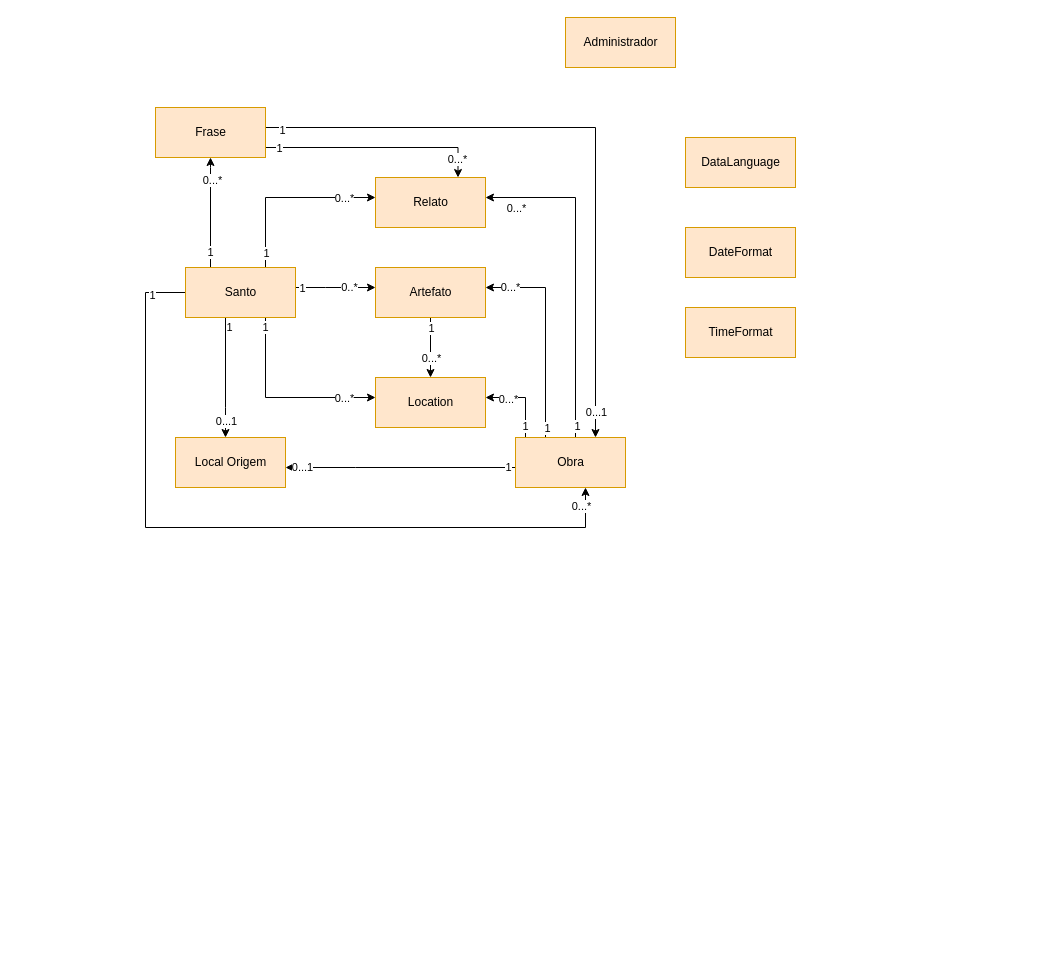
Before: page "Conceptual Model" (1 of 2) of Documentation/Untitled Diagram.drawio in the-catholics/Saints-API, a draw.io diagram. Source tidied: cells renumbered, new cells numbered last; positions are measured from the earlier drawing's top-left corner, leaving out a move shared by most shapes. Both pictures are drawn from the tidied source at 100%, with x=0, y=0 at pixel (145, 17).
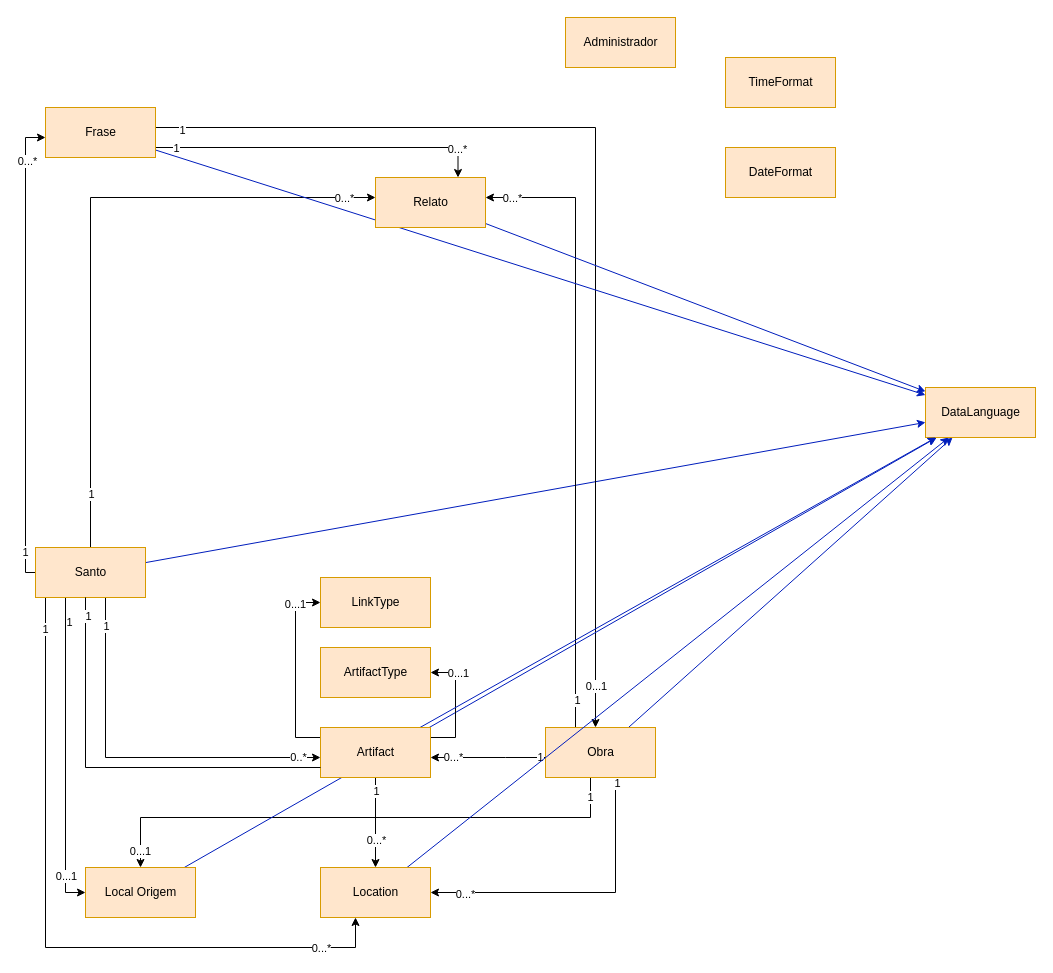
The same diagram, later.

Unchanged cells that the change refers to:
```xml
<mxCell id="27" style="edgeStyle=orthogonalEdgeStyle;rounded=0;jettySize=auto;html=1;" parent="1" edge="1" source="33" target="44">
  <mxGeometry relative="1" as="geometry">
    <Array as="points">
      <mxPoint x="430" y="180" />
    </Array>
  </mxGeometry>
</mxCell>
<mxCell id="44" value="Relato" style="html=1;fillColor=#ffe6cc;strokeColor=#d79b00;" parent="1" vertex="1">
  <mxGeometry x="230" y="160" width="110" height="50" as="geometry" />
</mxCell>
```

Diff of the diagram source:
```diff
@@
-    <mxCell id="2" style="edgeStyle=orthogonalEdgeStyle;rounded=0;jettySize=auto;html=1;" parent="1" edge="1" source="20" target="33">
-      <mxGeometry relative="1" as="geometry">
-        <Array as="points">
-          <mxPoint y="275" />
-          <mxPoint y="510" />
-          <mxPoint x="440" y="510" />
-        </Array>
-      </mxGeometry>
-    </mxCell>
-    <mxCell id="3" value="0...*" style="edgeLabel;html=1;align=center;verticalAlign=middle;" parent="2" vertex="1">
-      <mxGeometry x="0.86" y="2" relative="1" as="geometry">
-        <mxPoint x="8" y="-20" as="offset" />
-      </mxGeometry>
-    </mxCell>
-    <mxCell id="4" value="1" style="edgeLabel;html=1;align=center;verticalAlign=middle;" parent="2" vertex="1">
-      <mxGeometry x="-0.91" y="2" relative="1" as="geometry" />
-    </mxCell>
     <mxCell id="5" style="edgeStyle=orthogonalEdgeStyle;rounded=0;jettySize=auto;html=1;" parent="1" edge="1" source="20" target="40">
       <mxGeometry relative="1" as="geometry">
         <Array as="points">
-          <mxPoint x="65" y="150" />
-          <mxPoint x="65" y="150" />
+          <mxPoint x="-120" y="555" />
+          <mxPoint x="-120" y="120" />
         </Array>
       </mxGeometry>
     </mxCell>
@@
     <mxCell id="8" style="edgeStyle=orthogonalEdgeStyle;rounded=0;jettySize=auto;html=1;" parent="1" edge="1" source="20" target="42">
       <mxGeometry relative="1" as="geometry">
         <Array as="points">
-          <mxPoint x="80" y="390" />
-          <mxPoint x="80" y="390" />
+          <mxPoint x="-80" y="875" />
         </Array>
       </mxGeometry>
     </mxCell>
@@
     <mxCell id="10" value="0...1" style="edgeLabel;html=1;align=center;verticalAlign=middle;" parent="8" vertex="1">
-      <mxGeometry x="0.72" relative="1" as="geometry" />
+      <mxGeometry x="0.72" relative="1" as="geometry">
+        <mxPoint y="7" as="offset" />
+      </mxGeometry>
     </mxCell>
     <mxCell id="11" style="edgeStyle=orthogonalEdgeStyle;rounded=0;jettySize=auto;html=1;" parent="1" edge="1" source="20" target="43">
       <mxGeometry relative="1" as="geometry">
         <Array as="points">
-          <mxPoint x="120" y="380" />
+          <mxPoint x="-100" y="930" />
+          <mxPoint x="210" y="930" />
         </Array>
       </mxGeometry>
     </mxCell>
@@
     <mxCell id="14" style="edgeStyle=orthogonalEdgeStyle;rounded=0;jettySize=auto;html=1;" parent="1" edge="1" source="20" target="44">
       <mxGeometry relative="1" as="geometry">
         <Array as="points">
-          <mxPoint x="120" y="180" />
+          <mxPoint x="-55" y="180" />
         </Array>
       </mxGeometry>
     </mxCell>
@@
     <mxCell id="16" value="0...*" style="edgeLabel;html=1;align=center;verticalAlign=middle;" parent="14" vertex="1">
       <mxGeometry x="0.84" relative="1" as="geometry">
-        <mxPoint x="-18" as="offset" />
+        <mxPoint x="19" as="offset" />
       </mxGeometry>
     </mxCell>
     <mxCell id="17" style="edgeStyle=orthogonalEdgeStyle;rounded=0;jettySize=auto;html=1;" parent="1" edge="1" source="20" target="48">
       <mxGeometry relative="1" as="geometry">
         <Array as="points">
-          <mxPoint x="180" y="270" />
-          <mxPoint x="180" y="270" />
+          <mxPoint x="-40" y="740" />
         </Array>
       </mxGeometry>
     </mxCell>
@@
     <mxCell id="19" value="0..*" style="edgeLabel;html=1;align=center;verticalAlign=middle;" parent="17" vertex="1">
       <mxGeometry x="0.79" y="1" relative="1" as="geometry">
-        <mxPoint x="-19" as="offset" />
+        <mxPoint x="16" as="offset" />
       </mxGeometry>
     </mxCell>
+    <mxCell id="52" style="rounded=0;jettySize=auto;html=1;fillColor=#0050ef;strokeColor=#001DBC;" parent="1" edge="1" source="20" target="51">
+      <mxGeometry relative="1" as="geometry" />
+    </mxCell>
     <mxCell id="20" value="Santo" style="html=1;fillColor=#ffe6cc;strokeColor=#d79b00;" parent="1" vertex="1">
-      <mxGeometry x="40" y="250" width="110" height="50" as="geometry" />
+      <mxGeometry x="-110" y="530" width="110" height="50" as="geometry" />
     </mxCell>
     <mxCell id="21" style="edgeStyle=orthogonalEdgeStyle;rounded=0;jettySize=auto;html=1;" parent="1" edge="1" source="33" target="42">
       <mxGeometry relative="1" as="geometry">
         <Array as="points">
-          <mxPoint x="210" y="450" />
-          <mxPoint x="210" y="450" />
+          <mxPoint x="445" y="800" />
+          <mxPoint x="-5" y="800" />
         </Array>
       </mxGeometry>
     </mxCell>
@@
     <mxCell id="23" value="0...1" style="edgeLabel;html=1;align=center;verticalAlign=middle;" parent="21" vertex="1">
-      <mxGeometry x="0.86" y="-1" relative="1" as="geometry" />
+      <mxGeometry x="0.86" y="-1" relative="1" as="geometry">
+        <mxPoint y="21" as="offset" />
+      </mxGeometry>
     </mxCell>
     <mxCell id="24" style="edgeStyle=orthogonalEdgeStyle;rounded=0;jettySize=auto;html=1;" parent="1" edge="1" source="33" target="43">
       <mxGeometry relative="1" as="geometry">
         <Array as="points">
-          <mxPoint x="380" y="380" />
+          <mxPoint x="470" y="875" />
         </Array>
       </mxGeometry>
     </mxCell>
@@
     <mxCell id="29" value="0...*" style="edgeLabel;html=1;align=center;verticalAlign=middle;" parent="27" vertex="1">
       <mxGeometry x="0.88" relative="1" as="geometry">
-        <mxPoint x="10" y="10" as="offset" />
+        <mxPoint x="-11" as="offset" />
       </mxGeometry>
     </mxCell>
     <mxCell id="30" style="edgeStyle=orthogonalEdgeStyle;rounded=0;jettySize=auto;html=1;" parent="1" edge="1" source="33" target="48">
       <mxGeometry relative="1" as="geometry">
         <Array as="points">
-          <mxPoint x="400" y="270" />
+          <mxPoint x="360" y="740" />
+          <mxPoint x="360" y="740" />
         </Array>
       </mxGeometry>
     </mxCell>
@@
     <mxCell id="32" value="0...*" style="edgeLabel;html=1;align=center;verticalAlign=middle;" parent="30" vertex="1">
       <mxGeometry x="0.88" y="2" relative="1" as="geometry">
-        <mxPoint x="11" y="-3" as="offset" />
+        <mxPoint x="15" y="-3" as="offset" />
       </mxGeometry>
     </mxCell>
+    <mxCell id="53" style="edgeStyle=none;rounded=0;jettySize=auto;html=1;fillColor=#0050ef;strokeColor=#001DBC;" parent="1" edge="1" source="33" target="51">
+      <mxGeometry relative="1" as="geometry" />
+    </mxCell>
     <mxCell id="33" value="Obra" style="html=1;fillColor=#ffe6cc;strokeColor=#d79b00;" parent="1" vertex="1">
-      <mxGeometry x="370" y="420" width="110" height="50" as="geometry" />
+      <mxGeometry x="400" y="710" width="110" height="50" as="geometry" />
     </mxCell>
@@
+    <mxCell id="54" style="edgeStyle=none;rounded=0;jettySize=auto;html=1;fillColor=#0050ef;strokeColor=#001DBC;" parent="1" edge="1" source="40" target="51">
+      <mxGeometry relative="1" as="geometry" />
+    </mxCell>
     <mxCell id="40" value="Frase" style="html=1;fillColor=#ffe6cc;strokeColor=#d79b00;" parent="1" vertex="1">
-      <mxGeometry x="10" y="90" width="110" height="50" as="geometry" />
+      <mxGeometry x="-100" y="90" width="110" height="50" as="geometry" />
     </mxCell>
@@
+    <mxCell id="55" style="edgeStyle=none;rounded=0;jettySize=auto;html=1;fillColor=#0050ef;strokeColor=#001DBC;" parent="1" edge="1" source="42" target="51">
+      <mxGeometry relative="1" as="geometry" />
+    </mxCell>
     <mxCell id="42" value="Local Origem" style="html=1;fillColor=#ffe6cc;strokeColor=#d79b00;" parent="1" vertex="1">
-      <mxGeometry x="30" y="420" width="110" height="50" as="geometry" />
+      <mxGeometry x="-60" y="850" width="110" height="50" as="geometry" />
     </mxCell>
+    <mxCell id="56" style="edgeStyle=none;rounded=0;jettySize=auto;html=1;fillColor=#0050ef;strokeColor=#001DBC;" parent="1" edge="1" source="43" target="51">
+      <mxGeometry relative="1" as="geometry" />
+    </mxCell>
     <mxCell id="43" value="Location" style="html=1;fillColor=#ffe6cc;strokeColor=#d79b00;" parent="1" vertex="1">
-      <mxGeometry x="230" y="360" width="110" height="50" as="geometry" />
+      <mxGeometry x="175" y="850" width="110" height="50" as="geometry" />
     </mxCell>
+    <mxCell id="57" style="edgeStyle=none;rounded=0;jettySize=auto;html=1;fillColor=#0050ef;strokeColor=#001DBC;" parent="1" edge="1" source="44" target="51">
+      <mxGeometry relative="1" as="geometry" />
+    </mxCell>
@@
-    <mxCell id="48" value="Artefato" style="html=1;fillColor=#ffe6cc;strokeColor=#d79b00;" parent="1" vertex="1">
-      <mxGeometry x="230" y="250" width="110" height="50" as="geometry" />
-    </mxCell>
     <mxCell id="49" value="DateFormat" style="html=1;fillColor=#ffe6cc;strokeColor=#d79b00;" parent="1" vertex="1">
-      <mxGeometry x="540" y="210" width="110" height="50" as="geometry" />
+      <mxGeometry x="580" y="130" width="110" height="50" as="geometry" />
     </mxCell>
     <mxCell id="50" value="TimeFormat" style="html=1;fillColor=#ffe6cc;strokeColor=#d79b00;" parent="1" vertex="1">
-      <mxGeometry x="540" y="290" width="110" height="50" as="geometry" />
+      <mxGeometry x="580" y="40" width="110" height="50" as="geometry" />
     </mxCell>
     <mxCell id="51" value="DataLanguage" style="html=1;fillColor=#ffe6cc;strokeColor=#d79b00;" parent="1" vertex="1">
-      <mxGeometry x="540" y="120" width="110" height="50" as="geometry" />
+      <mxGeometry x="780" y="370" width="110" height="50" as="geometry" />
     </mxCell>
+    <mxCell id="58" style="edgeStyle=orthogonalEdgeStyle;rounded=0;jettySize=auto;html=1;" parent="1" edge="1" source="48" target="65">
+      <mxGeometry relative="1" as="geometry">
+        <Array as="points">
+          <mxPoint x="150" y="720" />
+          <mxPoint x="150" y="585" />
+        </Array>
+      </mxGeometry>
+    </mxCell>
+    <mxCell id="59" value="0...1" style="edgeLabel;html=1;align=center;verticalAlign=middle;" parent="58" vertex="1">
+      <mxGeometry x="0.76" y="-1" relative="1" as="geometry">
+        <mxPoint x="-4" as="offset" />
+      </mxGeometry>
+    </mxCell>
+    <mxCell id="60" style="edgeStyle=orthogonalEdgeStyle;rounded=0;jettySize=auto;html=1;" parent="1" edge="1" source="48" target="64">
+      <mxGeometry relative="1" as="geometry">
+        <Array as="points">
+          <mxPoint x="310" y="720" />
+          <mxPoint x="310" y="655" />
+        </Array>
+      </mxGeometry>
+    </mxCell>
+    <mxCell id="61" value="0...1" style="edgeLabel;html=1;align=center;verticalAlign=middle;" parent="60" vertex="1">
+      <mxGeometry x="0.57" relative="1" as="geometry">
+        <mxPoint x="2" as="offset" />
+      </mxGeometry>
+    </mxCell>
+    <mxCell id="62" style="edgeStyle=none;rounded=0;jettySize=auto;html=1;fillColor=#0050ef;strokeColor=#001DBC;" parent="1" edge="1" source="48" target="51">
+      <mxGeometry relative="1" as="geometry" />
+    </mxCell>
+    <mxCell id="48" value="Artifact" style="html=1;fillColor=#ffe6cc;strokeColor=#d79b00;" parent="1" vertex="1">
+      <mxGeometry x="175" y="710" width="110" height="50" as="geometry" />
+    </mxCell>
+    <mxCell id="63" style="edgeStyle=orthogonalEdgeStyle;rounded=0;jettySize=auto;html=1;endArrow=none;" parent="1" edge="1" source="20" target="48">
+      <mxGeometry relative="1" as="geometry">
+        <Array as="points">
+          <mxPoint x="-60" y="750" />
+        </Array>
+      </mxGeometry>
+    </mxCell>
+    <mxCell id="4" value="1" style="edgeLabel;html=1;align=center;verticalAlign=middle;" parent="63" vertex="1">
+      <mxGeometry x="-0.91" y="2" relative="1" as="geometry" />
+    </mxCell>
+    <mxCell id="64" value="ArtifactType" style="html=1;fillColor=#ffe6cc;strokeColor=#d79b00;" parent="1" vertex="1">
+      <mxGeometry x="175" y="630" width="110" height="50" as="geometry" />
+    </mxCell>
+    <mxCell id="65" value="LinkType" style="html=1;fillColor=#ffe6cc;strokeColor=#d79b00;" parent="1" vertex="1">
+      <mxGeometry x="175" y="560" width="110" height="50" as="geometry" />
+    </mxCell>
```
